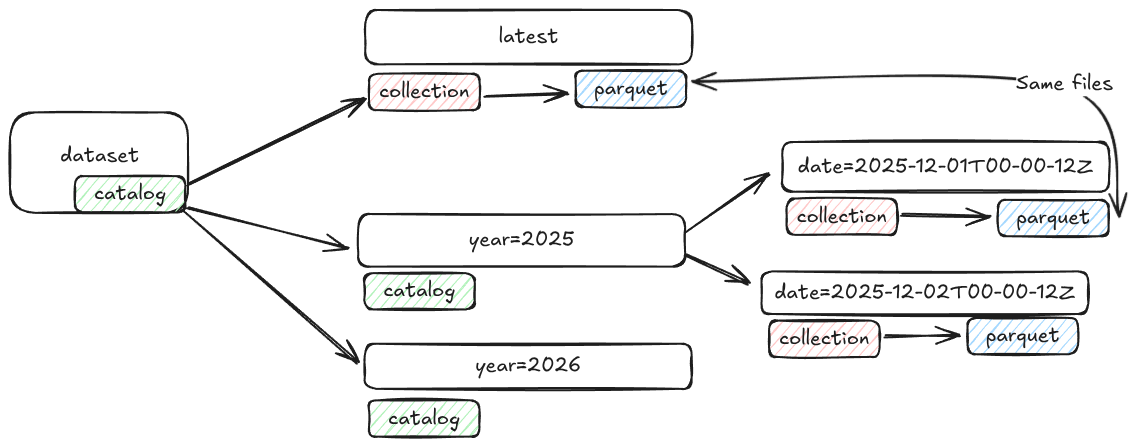
Earlier version of the Excalidraw export docs/storage.structure.date.excalidraw.png (linz/topographic-system). Source tidied: one line per element, renumbered; positions are measured from the earlier drawing's top-left corner, leaving out a move shared by most shapes.
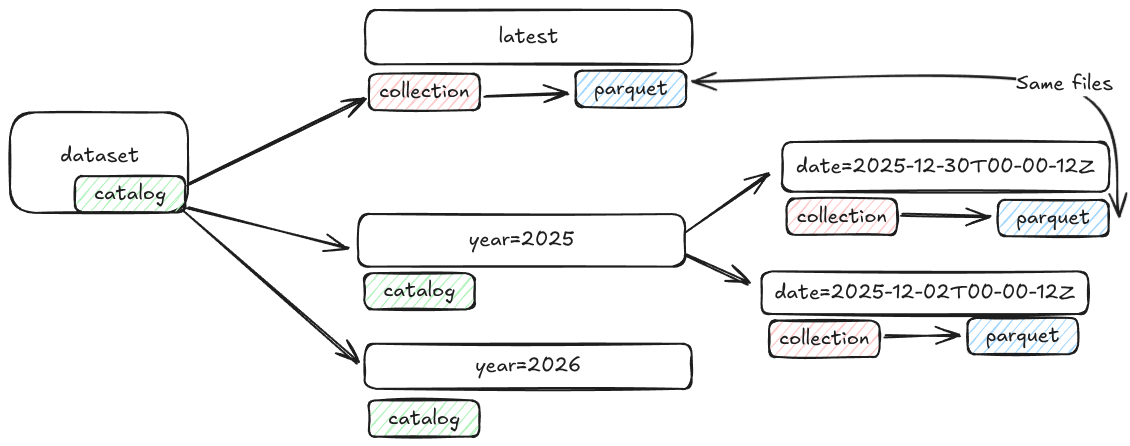
After the commit.

Commit message:
refactor: swap arrow location

What changed in the source:
```diff
@@ -20,7 +20,7 @@
 {"id": 19, "type": "rectangle", "strokeColor": "#1e1e1e", "backgroundColor": "#a5d8ff", "fillStyle": "hachure", "strokeWidth": 2, "roughness": 1, "round": true, "x": 988, "y": 190, "width": 111, "height": 36}
 {"id": 20, "type": "text", "text": "parquet", "strokeColor": "#1e1e1e", "backgroundColor": "#b2f2bb", "fillStyle": "hachure", "strokeWidth": 2, "roughness": 1, "fontSize": 20, "fontFamily": 5, "textAlign": "center", "verticalAlign": "middle", "inside": 19, "x": 1006, "y": 196, "width": 74, "height": 25}
 {"id": 21, "type": "rectangle", "strokeColor": "#1e1e1e", "strokeWidth": 2, "roughness": 1, "round": true, "x": 772, "y": 132, "width": 327, "height": 50}
-{"id": 22, "type": "text", "text": "date=2025-12-01T00-00-12Z", "strokeColor": "#1e1e1e", "backgroundColor": "#b2f2bb", "fillStyle": "hachure", "strokeWidth": 2, "roughness": 1, "fontSize": 20, "fontFamily": 5, "textAlign": "center", "verticalAlign": "middle", "inside": 21, "x": 788, "y": 144, "width": 296, "height": 25}
+{"id": 22, "type": "text", "text": "date=2025-12-30T00-00-12Z", "strokeColor": "#1e1e1e", "backgroundColor": "#b2f2bb", "fillStyle": "hachure", "strokeWidth": 2, "roughness": 1, "fontSize": 20, "fontFamily": 5, "textAlign": "center", "verticalAlign": "middle", "inside": 21, "x": 786, "y": 144, "width": 299, "height": 25}
 {"id": 23, "type": "rectangle", "strokeColor": "#1e1e1e", "backgroundColor": "#ffc9c9", "fillStyle": "hachure", "strokeWidth": 2, "roughness": 1, "round": true, "x": 777, "y": 189, "width": 111, "height": 36}
 {"id": 24, "type": "text", "text": "collection", "strokeColor": "#1e1e1e", "backgroundColor": "#b2f2bb", "fillStyle": "hachure", "strokeWidth": 2, "roughness": 1, "fontSize": 20, "fontFamily": 5, "textAlign": "center", "verticalAlign": "middle", "inside": 23, "x": 787, "y": 194, "width": 90, "height": 25}
 {"id": 25, "type": "arrow", "strokeColor": "#1e1e1e", "backgroundColor": "#a5d8ff", "fillStyle": "hachure", "strokeWidth": 2, "roughness": 1, "endArrowhead": "arrow", "round": true, "from": 11, "to": 21, "x": 676, "y": 223, "width": 84, "height": 59, "points": [[0, 0], [84, -59]]}
```
